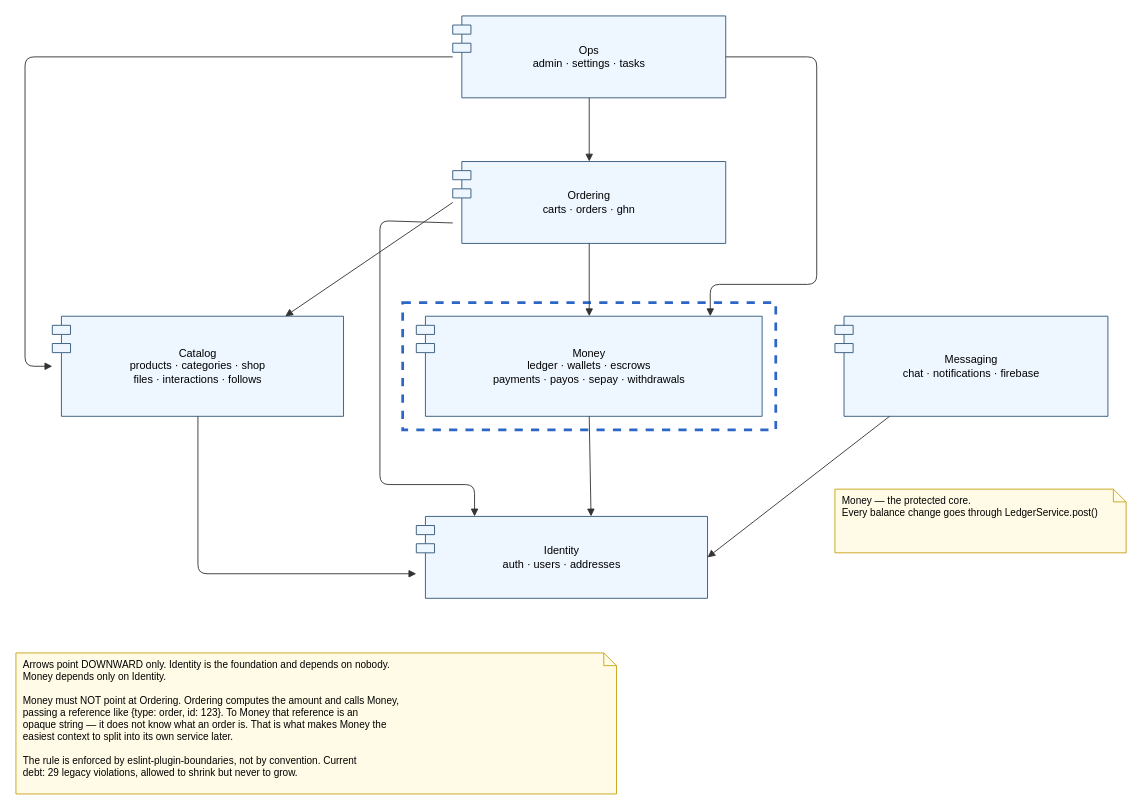
This is docs/system-design/drawio/r3-component-bounded-contexts.drawio from tdat-dev/Zoldify_Backend, a draw.io file, before an edit. Source tidied: cells renumbered, new cells numbered last; positions are measured from the earlier drawing's top-left corner, leaving out a move shared by most shapes. Both pictures are drawn from the tidied source at 91%, with x=0, y=0 at pixel (15, 15).
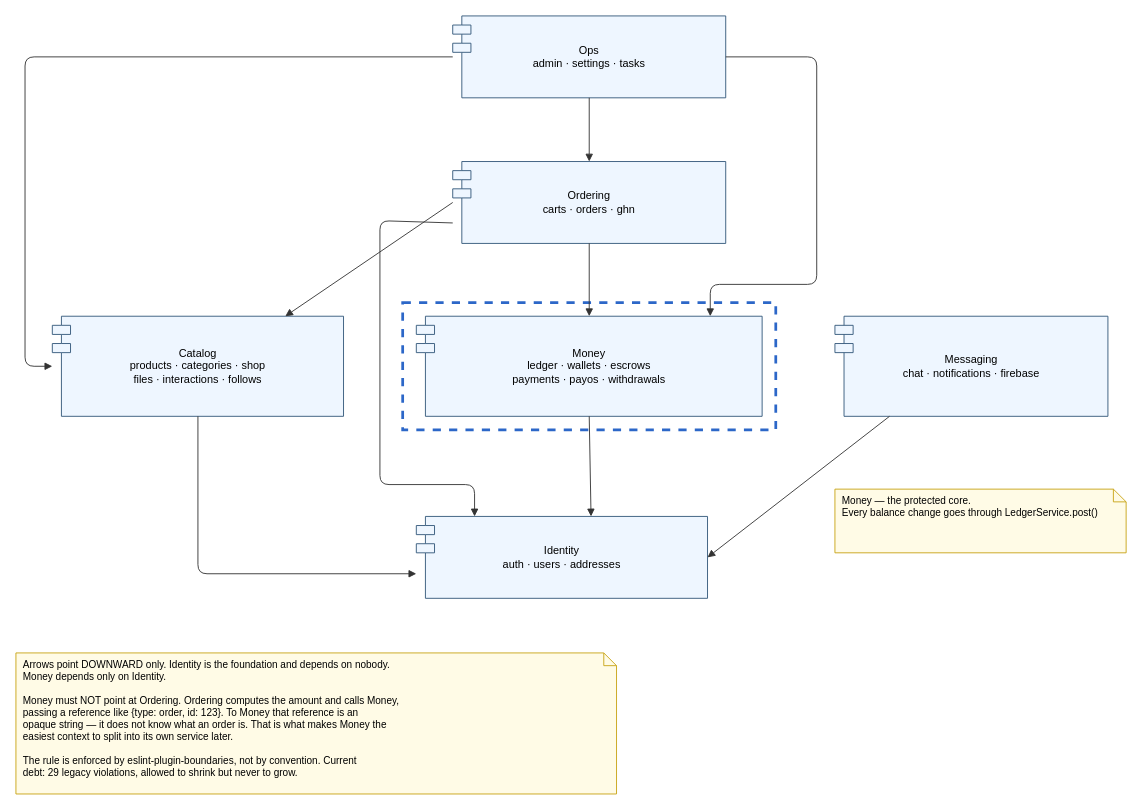
The same diagram, later.

Commit message (it also covers changes not shown here):
refactor(thanh-toan): go han SePay, PayOS la cong duy nhat

Diff of the diagram source:
```diff
@@
-    <mxCell id="5" value="Money&lt;br&gt;ledger · wallets · escrows&lt;br&gt;payments · payos · sepay · withdrawals" style="html=1;whiteSpace=wrap;shape=module;align=left;spacingLeft=30;fontSize=12;fillColor=#eef6ff;strokeColor=#33587a;verticalAlign=middle;align=center;spacingLeft=0;" parent="1" vertex="1">
+    <mxCell id="5" value="Money&lt;br&gt;ledger · wallets · escrows&lt;br&gt;payments · payos · withdrawals" style="html=1;whiteSpace=wrap;shape=module;align=left;spacingLeft=30;fontSize=12;fillColor=#eef6ff;strokeColor=#33587a;verticalAlign=middle;align=center;spacingLeft=0;" parent="1" vertex="1">
       <mxGeometry x="440" y="330" width="380" height="110" as="geometry" />
     </mxCell>
```
